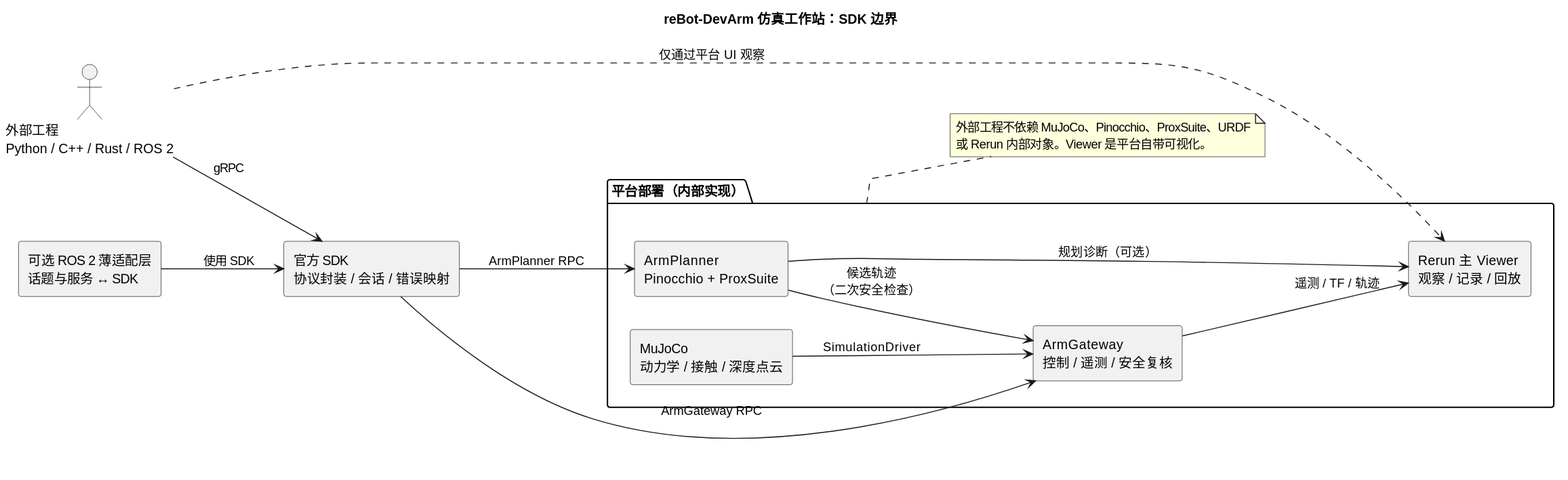
This is seeed_arm_console/docs/public/diagrams/system-context.svg from Shippuurl/reBot-DevArm-simulation, a PlantUML export, as it was before one commit.
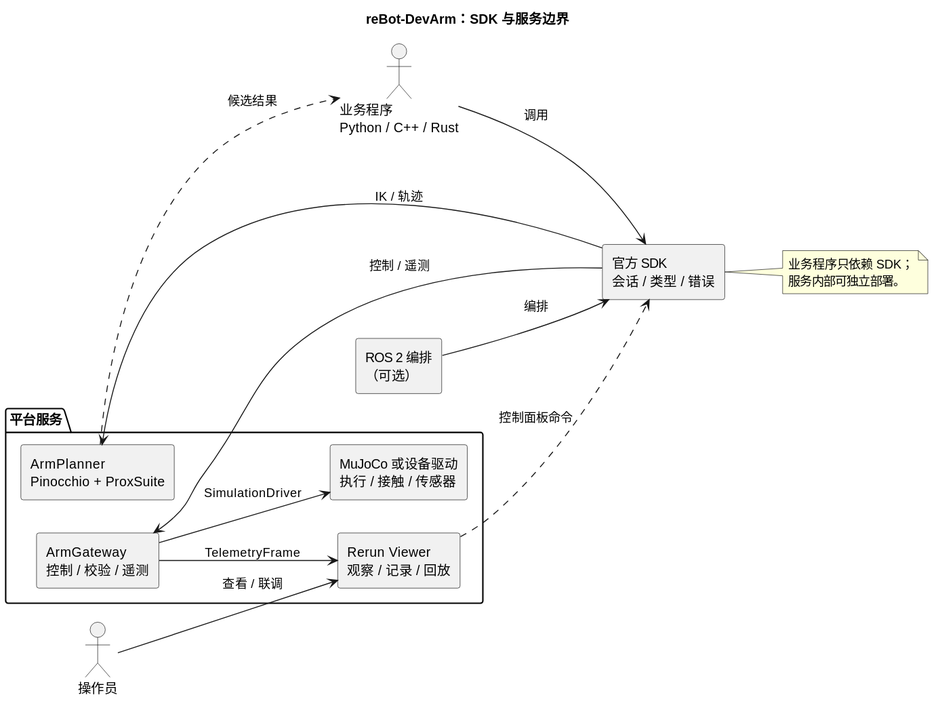
After the change.

Change to the diagram source:
```diff
@@ -1,32 +1,33 @@
 @startuml
-title reBot-DevArm 仿真工作站：SDK 边界
+title reBot-DevArm：SDK 与服务边界
 left to right direction
 skinparam componentStyle rectangle
 skinparam shadowing false
 
-actor "外部工程\nPython / C++ / Rust / ROS 2" as external
-component "官方 SDK\n协议封装 / 会话 / 错误映射" as sdk
-component "可选 ROS 2 薄适配层\n话题与服务 ↔ SDK" as ros
+actor "业务程序\nPython / C++ / Rust" as application
+actor "操作员" as operator
+component "官方 SDK\n会话 / 类型 / 错误" as sdk
+component "ROS 2 编排\n（可选）" as ros
 
-package "平台部署（内部实现）" as platform {
-  component "ArmGateway\n控制 / 遥测 / 安全复核" as gateway
+package "平台服务" as platform {
   component "ArmPlanner\nPinocchio + ProxSuite" as planner
-  component "MuJoCo\n动力学 / 接触 / 深度点云" as mujoco
-  component "Rerun 主 Viewer\n观察 / 记录 / 回放" as viewer
+  component "ArmGateway\n控制 / 校验 / 遥测" as gateway
+  component "MuJoCo 或设备驱动\n执行 / 接触 / 传感器" as driver
+  component "Rerun Viewer\n观察 / 记录 / 回放" as viewer
 }
 
-external --> sdk : gRPC
-external ..> viewer : 仅通过平台 UI 观察
-ros --> sdk : 使用 SDK
-sdk --> gateway : ArmGateway RPC
-sdk --> planner : ArmPlanner RPC
-planner --> gateway : 候选轨迹\n（二次安全检查）
-mujoco --> gateway : SimulationDriver
-gateway --> viewer : 遥测 / TF / 轨迹
-planner --> viewer : 规划诊断（可选）
+application --> sdk : 调用
+ros --> sdk : 编排
+sdk --> planner : IK / 轨迹
+sdk --> gateway : 控制 / 遥测
+planner ..> application : 候选结果
+gateway --> driver : SimulationDriver
+gateway --> viewer : TelemetryFrame
+operator --> viewer : 查看 / 联调
+viewer ..> sdk : 控制面板命令
 
-note right of platform
-外部工程不依赖 MuJoCo、Pinocchio、ProxSuite、URDF
-或 Rerun 内部对象。Viewer 是平台自带可视化。
+note right of sdk
+业务程序只依赖 SDK；
+服务内部可独立部署。
 end note
 @enduml
```
